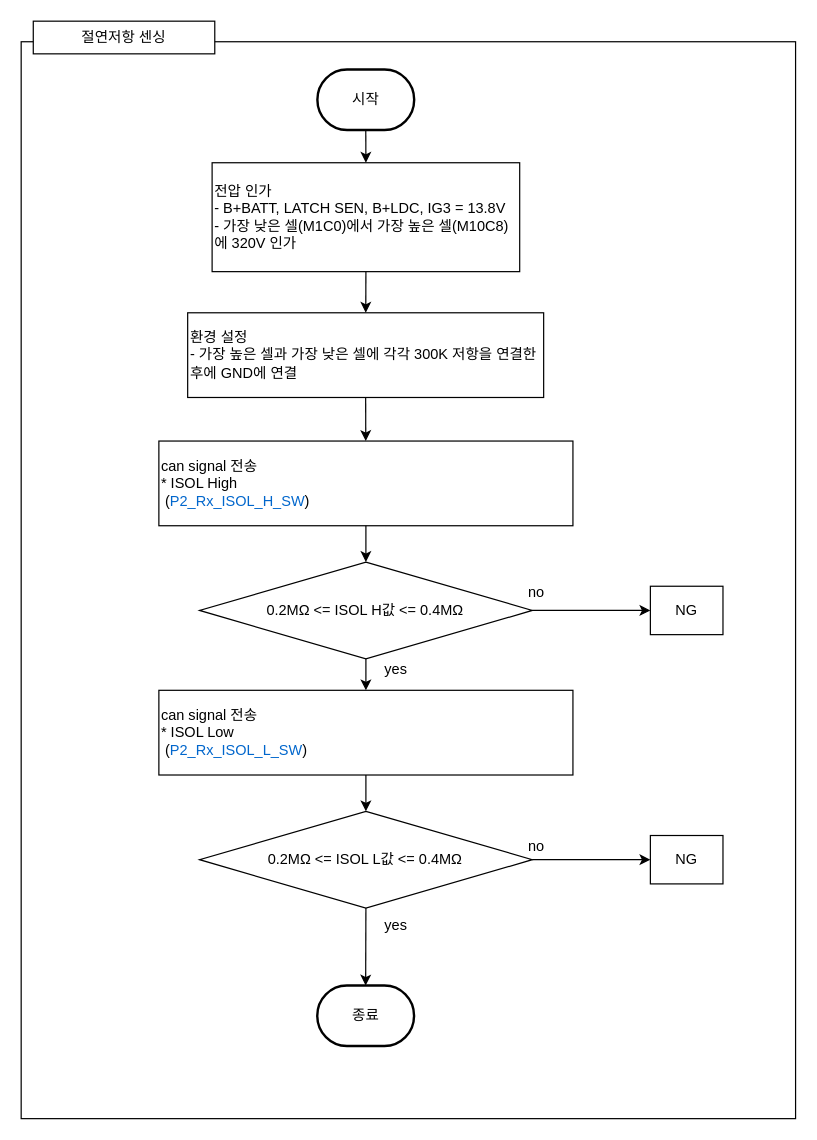
Above: 절연저항 센싱.drawio in chaeyoonl/state-transition-diagram-test (draw.io), before the change. Source tidied: cells renumbered, new cells numbered last; positions are measured from the earlier drawing's top-left corner, leaving out a move shared by most shapes. Both pictures are drawn from the tidied source at 121%, with x=0, y=0 at pixel (21, 21).
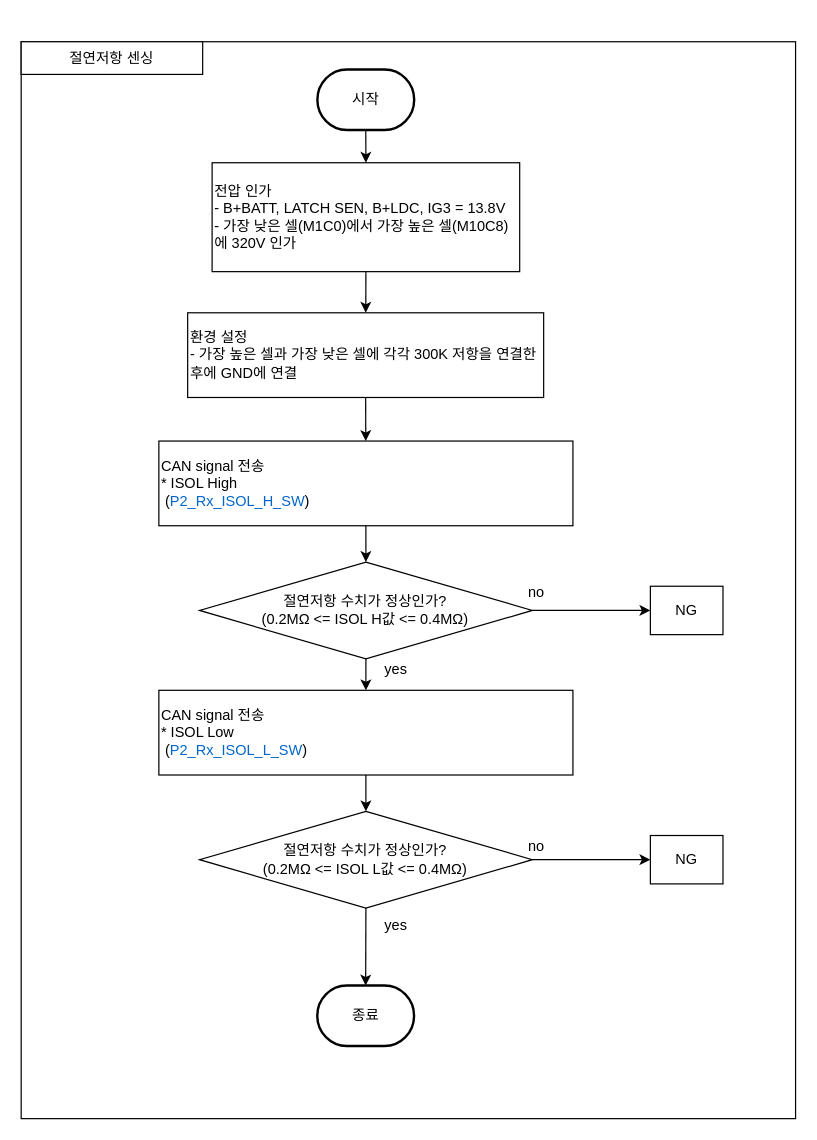
The same page after the edit.

Commit message:
절연저항 센싱.drawio 업데이트

Diff of the diagram source:
```diff
@@
-    <mxCell id="8" value="can signal 전송&lt;br&gt;* ISOL High&lt;br&gt;&amp;nbsp;(&lt;font color=&quot;#0066cc&quot;&gt;P2_Rx_ISOL_H_SW&lt;/font&gt;)" style="rounded=0;whiteSpace=wrap;html=1;align=left;" parent="1" vertex="1">
+    <mxCell id="8" value="CAN&amp;nbsp;signal 전송&lt;br&gt;* ISOL High&lt;br&gt;&amp;nbsp;(&lt;font color=&quot;#0066cc&quot;&gt;P2_Rx_ISOL_H_SW&lt;/font&gt;)" style="rounded=0;whiteSpace=wrap;html=1;align=left;" parent="1" vertex="1">
       <mxGeometry x="113.8" y="347" width="342.2" height="70" as="geometry" />
     </mxCell>
@@
-    <mxCell id="10" value="0.2MΩ &amp;lt;= ISOL H값 &amp;lt;= 0.4MΩ" style="rhombus;whiteSpace=wrap;html=1;" parent="1" vertex="1">
+    <mxCell id="10" value="절연저항 수치가 정상인가?&lt;br&gt;(0.2MΩ &amp;lt;= ISOL H값 &amp;lt;= 0.4MΩ)" style="rhombus;whiteSpace=wrap;html=1;" parent="1" vertex="1">
       <mxGeometry x="147.4" y="447" width="275" height="80" as="geometry" />
     </mxCell>
-    <mxCell id="11" value="can signal 전송&lt;br&gt;* ISOL Low&lt;br style=&quot;border-color: var(--border-color);&quot;&gt;&amp;nbsp;(&lt;font color=&quot;#0066cc&quot;&gt;P2_Rx_ISOL_L_SW&lt;/font&gt;)" style="rounded=0;whiteSpace=wrap;html=1;align=left;" parent="1" vertex="1">
+    <mxCell id="11" value="CAN signal 전송&lt;br&gt;* ISOL Low&lt;br style=&quot;border-color: var(--border-color);&quot;&gt;&amp;nbsp;(&lt;font color=&quot;#0066cc&quot;&gt;P2_Rx_ISOL_L_SW&lt;/font&gt;)" style="rounded=0;whiteSpace=wrap;html=1;align=left;" parent="1" vertex="1">
       <mxGeometry x="113.8" y="553" width="342.2" height="70" as="geometry" />
     </mxCell>
-    <mxCell id="12" value="0.2MΩ &amp;lt;= ISOL L값 &amp;lt;= 0.4MΩ" style="rhombus;whiteSpace=wrap;html=1;" parent="1" vertex="1">
+    <mxCell id="12" value="절연저항 수치가 정상인가?&lt;br&gt;(0.2MΩ &amp;lt;= ISOL L값 &amp;lt;= 0.4MΩ)" style="rhombus;whiteSpace=wrap;html=1;" parent="1" vertex="1">
       <mxGeometry x="147.4" y="653" width="275" height="80" as="geometry" />
     </mxCell>
@@
     <mxCell id="26" value="절연저항 센싱" style="rounded=0;whiteSpace=wrap;html=1;align=center;" parent="1" vertex="1">
-      <mxGeometry x="10" width="150" height="27" as="geometry" />
+      <mxGeometry y="17" width="150" height="27" as="geometry" />
     </mxCell>
```
